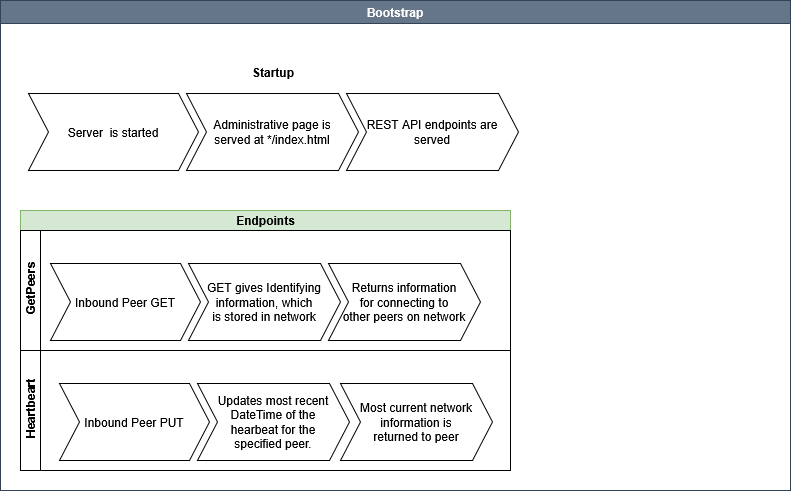
Above: misc/Bootstrap.png in realChrisDeBon/P2PNet (draw.io), before the change. Source tidied: cells renumbered, new cells last; positions are measured from the earlier drawing's top-left corner, leaving out a move shared by most shapes.
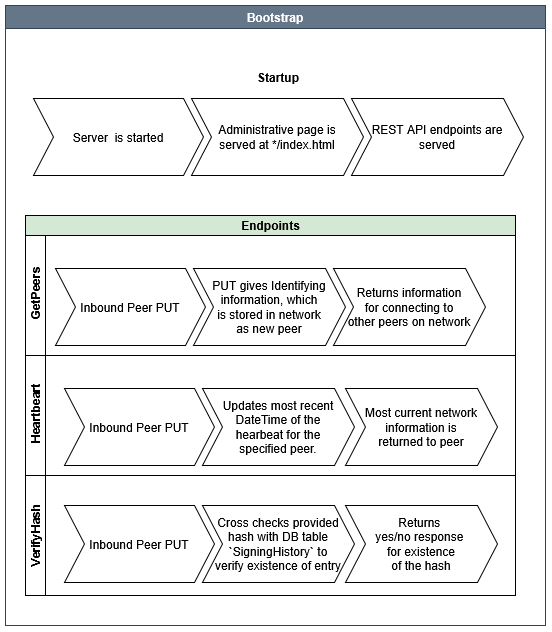
The same diagram one commit later.

The edit, as a diff of the source:
```diff
@@ -3,10 +3,10 @@
     <mxCell id="0" />
     <mxCell id="1" parent="0" />
     <mxCell id="2" value="Bootstrap" style="swimlane;fillColor=#647687;strokeColor=#314354;labelBackgroundColor=none;startSize=23;fontColor=#ffffff;swimlaneFillColor=default;" parent="1" vertex="1">
-      <mxGeometry width="790" height="490" as="geometry" />
+      <mxGeometry width="540" height="620" as="geometry" />
     </mxCell>
-    <mxCell id="3" value="Endpoints" style="swimlane;horizontal=1;startSize=20;html=1;fillColor=#d5e8d4;strokeColor=#82b366;" parent="2" vertex="1">
-      <mxGeometry x="20" y="210" width="490" height="260" as="geometry" />
+    <mxCell id="3" value="Endpoints" style="swimlane;horizontal=1;startSize=20;html=1;fillColor=#d5e8d4;strokeColor=#000000;" parent="2" vertex="1">
+      <mxGeometry x="20" y="210" width="490" height="380" as="geometry" />
     </mxCell>
     <mxCell id="4" value="&amp;nbsp;GetPeers" style="swimlane;startSize=20;horizontal=0;html=1;" parent="3" vertex="1">
       <mxGeometry y="20" width="490" height="120" as="geometry" />
@@ -14,12 +14,12 @@
     <mxCell id="5" style="swimlane;horizontal=1;fillColor=none;strokeColor=none;stackBorder=10;align=center;whiteSpace=wrap;html=1;" parent="4" vertex="1">
       <mxGeometry x="20" width="450" height="120" as="geometry" />
     </mxCell>
-    <mxCell id="6" value="&lt;div&gt;Inbound Peer GET&lt;/div&gt;" style="shape=step;perimeter=stepPerimeter;fixedSize=1;whiteSpace=wrap;html=1;" parent="5" vertex="1">
-      <mxGeometry x="10" y="33" width="150" height="77" as="geometry" />
-    </mxCell>
-    <mxCell id="7" value="&lt;div&gt;GET gives Identifying&lt;/div&gt;&lt;div&gt;information, which&lt;/div&gt;&lt;div&gt;is stored in network&lt;br&gt;&lt;/div&gt;" style="shape=step;perimeter=stepPerimeter;fixedSize=1;whiteSpace=wrap;html=1;" parent="5" vertex="1">
-      <mxGeometry x="148" y="33" width="152" height="77" as="geometry" />
-    </mxCell>
+    <mxCell id="18" value="&lt;div&gt;Inbound Peer PUT&lt;/div&gt;" style="shape=step;perimeter=stepPerimeter;fixedSize=1;whiteSpace=wrap;html=1;" parent="5" vertex="1">
+      <mxGeometry x="10" y="33" width="150" height="77" as="geometry" />
+    </mxCell>
+    <mxCell id="19" value="&lt;div&gt;PUT gives Identifying&lt;/div&gt;&lt;div&gt;information, which&lt;/div&gt;&lt;div&gt;is stored in network&lt;/div&gt;&lt;div&gt;as new peer&lt;/div&gt;" style="shape=step;perimeter=stepPerimeter;fixedSize=1;whiteSpace=wrap;html=1;" parent="5" vertex="1">
+      <mxGeometry x="148" y="33" width="152" height="77" as="geometry" />
+    </mxCell>
     <mxCell id="8" value="&lt;div&gt;Returns information&lt;/div&gt;&lt;div&gt;for connecting to&lt;/div&gt;&lt;div&gt;other peers on network&lt;br&gt;&lt;/div&gt;" style="shape=step;perimeter=stepPerimeter;fixedSize=1;whiteSpace=wrap;html=1;" parent="5" vertex="1">
       <mxGeometry x="288" y="33" width="152" height="77" as="geometry" />
     </mxCell>
@@ -38,6 +38,18 @@
     <mxCell id="13" value="&lt;div&gt;Most current network&lt;/div&gt;&lt;div&gt;information is &lt;br&gt;&lt;/div&gt;&lt;div&gt;returned to peer&lt;/div&gt;" style="shape=step;perimeter=stepPerimeter;fixedSize=1;whiteSpace=wrap;html=1;" parent="9" vertex="1">
       <mxGeometry x="320" y="33" width="152" height="77" as="geometry" />
     </mxCell>
+    <mxCell id="20" value="&lt;div&gt;VerifyHash&lt;/div&gt;" style="swimlane;startSize=20;horizontal=0;html=1;" parent="3" vertex="1">
+      <mxGeometry y="260" width="490" height="120" as="geometry" />
+    </mxCell>
+    <mxCell id="21" value="Inbound Peer PUT" style="shape=step;perimeter=stepPerimeter;fixedSize=1;whiteSpace=wrap;html=1;" parent="20" vertex="1">
+      <mxGeometry x="39" y="30" width="150" height="77" as="geometry" />
+    </mxCell>
+    <mxCell id="22" value="&lt;div&gt;&lt;br&gt;&lt;/div&gt;&lt;div&gt;Cross checks provided&lt;/div&gt;&lt;div&gt;hash with DB table&lt;/div&gt;&lt;div&gt;`SigningHistory` to&lt;/div&gt;&lt;div&gt;verify existence of entry&lt;/div&gt;&lt;div&gt;&lt;br&gt;&lt;/div&gt;" style="shape=step;perimeter=stepPerimeter;fixedSize=1;whiteSpace=wrap;html=1;" parent="20" vertex="1">
+      <mxGeometry x="177" y="30" width="152" height="77" as="geometry" />
+    </mxCell>
+    <mxCell id="23" value="&lt;div&gt;Returns&amp;nbsp;&lt;/div&gt;&lt;div&gt;yes/no response&amp;nbsp;&lt;/div&gt;&lt;div&gt;for existence&lt;/div&gt;&lt;div&gt;of the hash&lt;/div&gt;" style="shape=step;perimeter=stepPerimeter;fixedSize=1;whiteSpace=wrap;html=1;" parent="20" vertex="1">
+      <mxGeometry x="320" y="30" width="152" height="77" as="geometry" />
+    </mxCell>
     <mxCell id="14" value="Startup" style="swimlane;horizontal=1;fillColor=none;strokeColor=none;stackBorder=10;align=center;whiteSpace=wrap;html=1;startSize=23;" parent="2" vertex="1">
       <mxGeometry x="18" y="60" width="510" height="120" as="geometry" />
     </mxCell>
```
